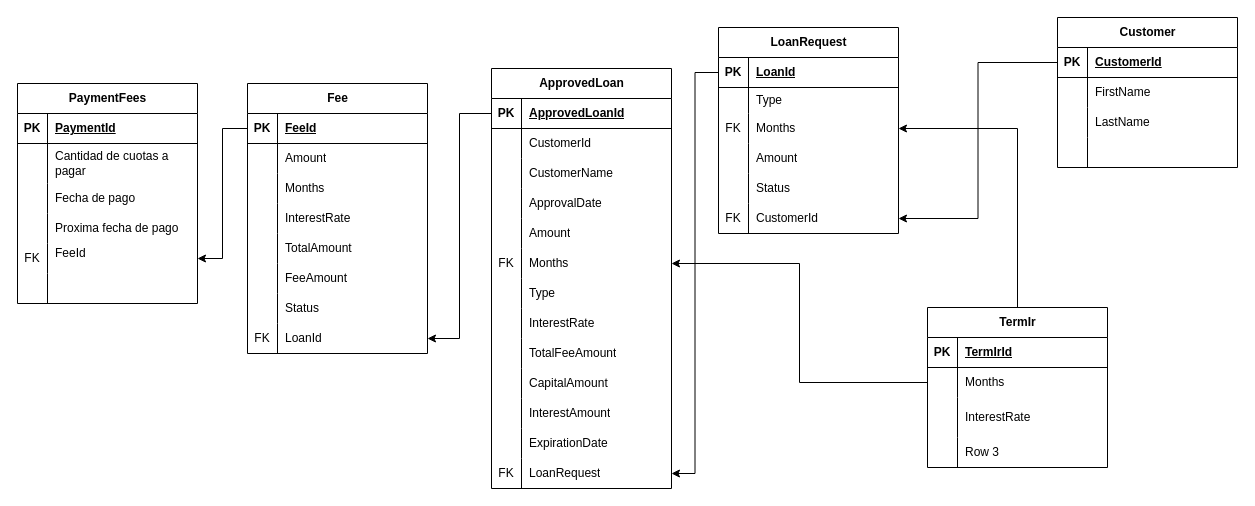
GriseldaSantacruz01/WebApi2 keeps this draw.io diagram as page "Página-1" (1 of 2) of Diagrama sin título.drawio. Above is the earlier version. Source tidied: cells renumbered, new cells numbered last; positions are measured from the earlier drawing's top-left corner, leaving out a move shared by most shapes. Both pictures are drawn from the tidied source at 100%, with x=0, y=0 at pixel (17, 17).
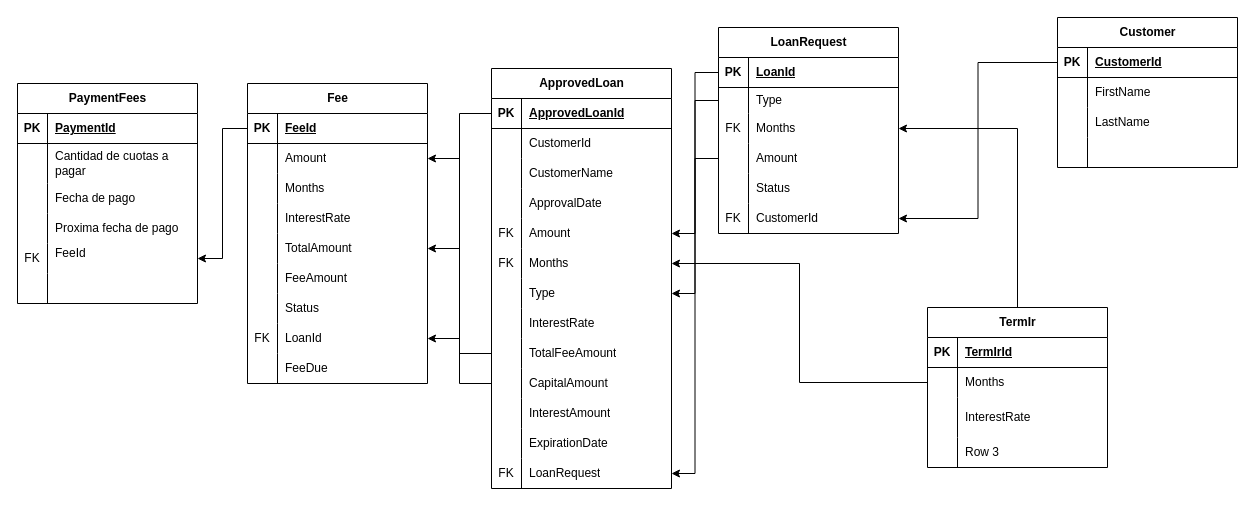
The same diagram, later.

The change refers to these unchanged cells:
```xml
<mxCell id="6" style="shape=tableRow;horizontal=0;startSize=0;swimlaneHead=0;swimlaneBody=0;fillColor=none;points=[[0,0.5],[1,0.5]];portConstraint=eastwest;top=0;left=0;right=0;bottom=0;" parent="2" vertex="1">
  <mxGeometry y="60" width="180" height="26" as="geometry" />
</mxCell>
<mxCell id="12" style="shape=tableRow;horizontal=0;startSize=0;swimlaneHead=0;swimlaneBody=0;fillColor=none;points=[[0,0.5],[1,0.5]];portConstraint=eastwest;top=0;left=0;right=0;bottom=0;" parent="2" vertex="1">
  <mxGeometry y="116" width="180" height="30" as="geometry" />
</mxCell>
<mxCell id="25" style="shape=tableRow;horizontal=0;startSize=0;swimlaneHead=0;swimlaneBody=0;fillColor=none;points=[[0,0.5],[1,0.5]];portConstraint=eastwest;top=0;left=0;right=0;bottom=0;" parent="21" vertex="1">
  <mxGeometry y="60" width="180" height="30" as="geometry" />
</mxCell>
<mxCell id="34" style="shape=tableRow;horizontal=0;startSize=0;swimlaneHead=0;swimlaneBody=0;fillColor=none;points=[[0,0.5],[1,0.5]];portConstraint=eastwest;top=0;left=0;right=0;bottom=0;" parent="21" vertex="1">
  <mxGeometry y="150" width="180" height="30" as="geometry" />
</mxCell>
<mxCell id="59" style="shape=tableRow;horizontal=0;startSize=0;swimlaneHead=0;swimlaneBody=0;fillColor=none;points=[[0,0.5],[1,0.5]];portConstraint=eastwest;top=0;left=0;right=0;bottom=0;" parent="46" vertex="1">
  <mxGeometry y="150" width="180" height="30" as="geometry" />
</mxCell>
<mxCell id="65" style="shape=tableRow;horizontal=0;startSize=0;swimlaneHead=0;swimlaneBody=0;fillColor=none;points=[[0,0.5],[1,0.5]];portConstraint=eastwest;top=0;left=0;right=0;bottom=0;" parent="46" vertex="1">
  <mxGeometry y="210" width="180" height="30" as="geometry" />
</mxCell>
<mxCell id="71" style="shape=tableRow;horizontal=0;startSize=0;swimlaneHead=0;swimlaneBody=0;fillColor=none;points=[[0,0.5],[1,0.5]];portConstraint=eastwest;top=0;left=0;right=0;bottom=0;" parent="46" vertex="1">
  <mxGeometry y="270" width="180" height="30" as="geometry" />
</mxCell>
<mxCell id="74" style="shape=tableRow;horizontal=0;startSize=0;swimlaneHead=0;swimlaneBody=0;fillColor=none;points=[[0,0.5],[1,0.5]];portConstraint=eastwest;top=0;left=0;right=0;bottom=0;" parent="46" vertex="1">
  <mxGeometry y="300" width="180" height="30" as="geometry" />
</mxCell>
```

The edit, as a diff of the source:
```diff
@@
     <mxCell id="21" value="Fee" style="shape=table;startSize=30;childLayout=tableLayout;rowLines=0;fontStyle=1;align=center;html=1;" parent="1" vertex="1">
-      <mxGeometry x="230" y="66" width="180" height="270" as="geometry" />
+      <mxGeometry x="230" y="66" width="180" height="300" as="geometry" />
     </mxCell>
@@
+    <mxCell id="137" style="shape=tableRow;horizontal=0;startSize=0;swimlaneHead=0;swimlaneBody=0;fillColor=none;top=0;left=0;right=0;bottom=0;" parent="21" vertex="1">
+      <mxGeometry y="270" width="180" height="30" as="geometry" />
+    </mxCell>
+    <mxCell id="138" style="shape=partialRectangle;fillColor=none;top=0;left=0;bottom=0;right=0;overflow=hidden;whiteSpace=wrap;html=1;" parent="137" vertex="1">
+      <mxGeometry width="30" height="30" as="geometry" />
+    </mxCell>
+    <mxCell id="139" value="FeeDue" style="shape=partialRectangle;fillColor=none;top=0;left=0;bottom=0;right=0;align=left;spacingLeft=6;overflow=hidden;whiteSpace=wrap;html=1;" parent="137" vertex="1">
+      <mxGeometry x="30" width="150" height="30" as="geometry" />
+    </mxCell>
@@
-    <mxCell id="60" style="shape=partialRectangle;fillColor=none;top=0;left=0;bottom=0;right=0;overflow=hidden;whiteSpace=wrap;html=1;" parent="59" vertex="1">
+    <mxCell id="60" value="FK" style="shape=partialRectangle;fillColor=none;top=0;left=0;bottom=0;right=0;overflow=hidden;whiteSpace=wrap;html=1;" parent="59" vertex="1">
       <mxGeometry width="30" height="30" as="geometry" />
     </mxCell>
@@
+    <mxCell id="140" style="edgeStyle=orthogonalEdgeStyle;rounded=0;jettySize=auto;html=1;entryX=1;entryY=0.5;entryDx=0;entryDy=0;" parent="1" edge="1" source="12" target="59">
+      <mxGeometry relative="1" as="geometry" />
+    </mxCell>
+    <mxCell id="141" style="edgeStyle=orthogonalEdgeStyle;rounded=0;jettySize=auto;html=1;entryX=1;entryY=0.5;entryDx=0;entryDy=0;" parent="1" edge="1" source="71" target="34">
+      <mxGeometry relative="1" as="geometry" />
+    </mxCell>
+    <mxCell id="142" style="edgeStyle=orthogonalEdgeStyle;rounded=0;jettySize=auto;html=1;" parent="1" edge="1" source="74" target="25">
+      <mxGeometry relative="1" as="geometry" />
+    </mxCell>
+    <mxCell id="143" style="edgeStyle=orthogonalEdgeStyle;rounded=0;jettySize=auto;html=1;entryX=1;entryY=0.5;entryDx=0;entryDy=0;" parent="1" edge="1" source="6" target="65">
+      <mxGeometry relative="1" as="geometry" />
+    </mxCell>
```
